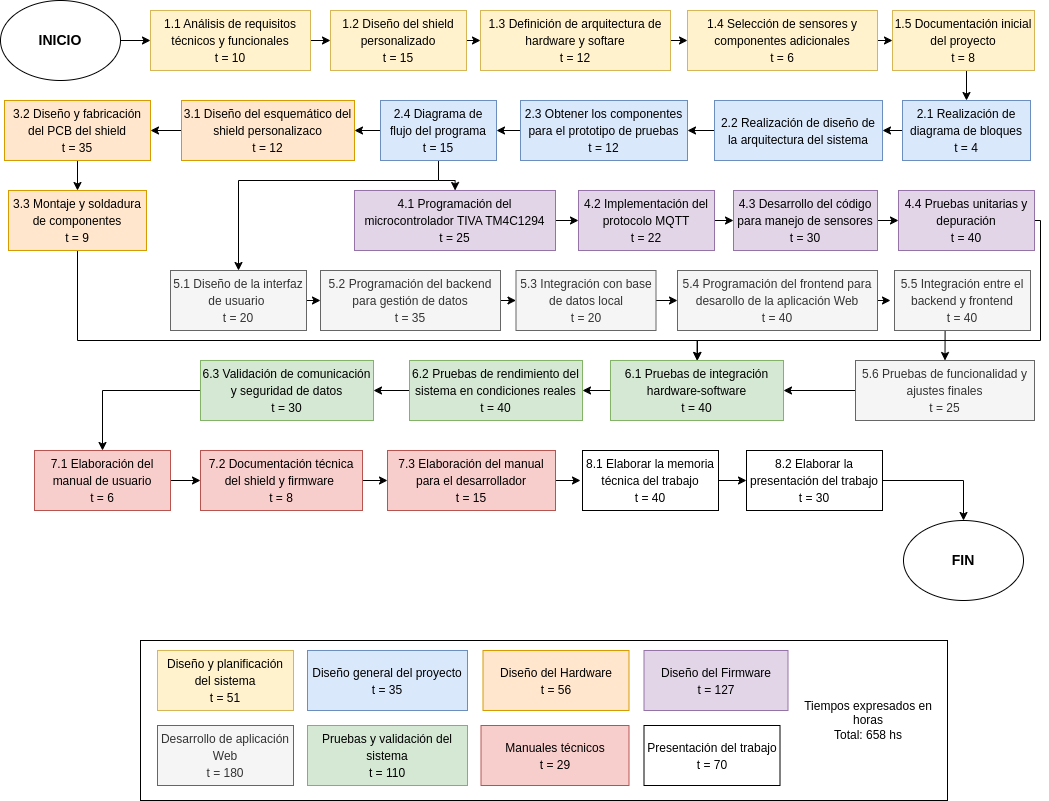
Above: Figuras/AoN.png in CursosWels/Plantilla-planificacion-CeIoT (draw.io), before the change. Source tidied: cells renumbered, new cells last; positions are measured from the earlier drawing's top-left corner, leaving out a move shared by most shapes.
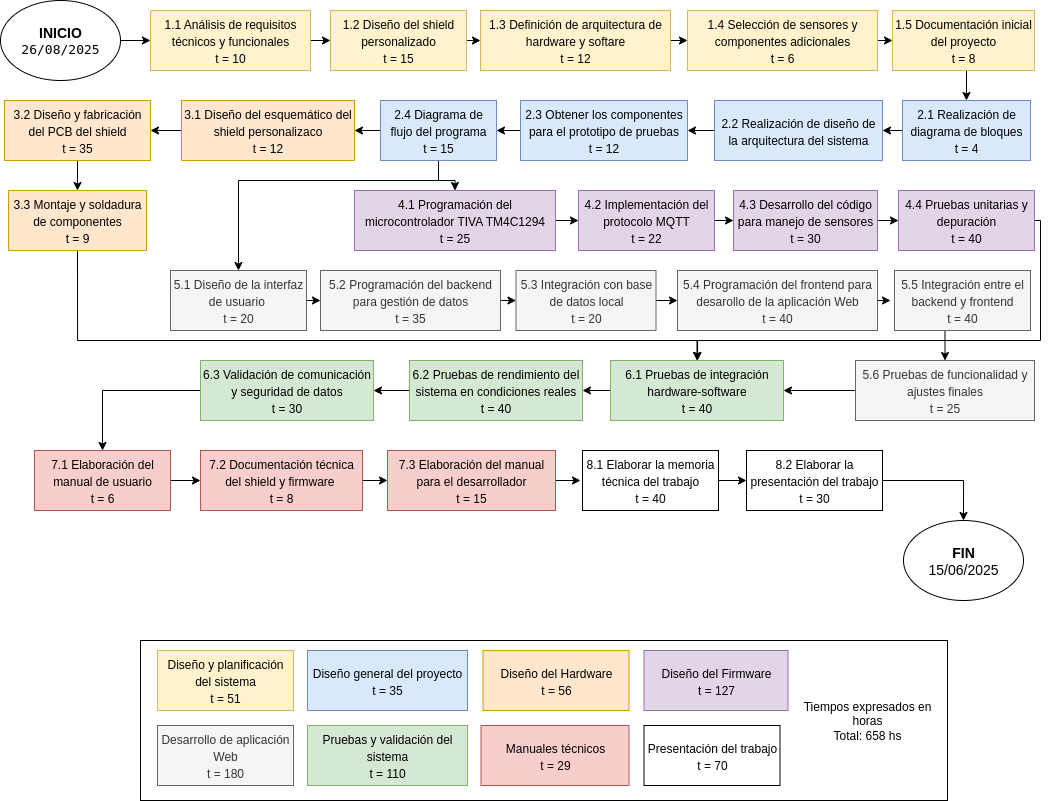
Later version of the same file.

What changed in the source:
```diff
@@ -5,7 +5,7 @@
     <mxCell id="2" style="edgeStyle=orthogonalEdgeStyle;rounded=0;jettySize=auto;html=1;exitX=1;exitY=0.5;exitDx=0;exitDy=0;entryX=0;entryY=0.5;entryDx=0;entryDy=0;fontFamily=Helvetica;fontSize=12;" parent="1" edge="1" source="3" target="5">
       <mxGeometry relative="1" as="geometry" />
     </mxCell>
-    <mxCell id="3" value="&lt;b&gt;&lt;font style=&quot;font-size: 14px;&quot;&gt;INICIO&lt;/font&gt;&lt;/b&gt;" style="ellipse;whiteSpace=wrap;html=1;" parent="1" vertex="1">
+    <mxCell id="3" value="&lt;b&gt;&lt;font style=&quot;font-size: 14px;&quot;&gt;INICIO&lt;br&gt;&lt;/font&gt;&lt;/b&gt;&lt;pre style=&quot;font-size: medium; text-align: start; margin-top: 0px; margin-bottom: 0px;&quot;&gt;26/08/2025&lt;/pre&gt;" style="ellipse;whiteSpace=wrap;html=1;" parent="1" vertex="1">
       <mxGeometry width="120" height="80" as="geometry" />
     </mxCell>
     <mxCell id="4" style="edgeStyle=orthogonalEdgeStyle;rounded=0;jettySize=auto;html=1;exitX=1;exitY=0.5;exitDx=0;exitDy=0;entryX=0;entryY=0.5;entryDx=0;entryDy=0;fontFamily=Helvetica;fontSize=12;" parent="1" edge="1" source="5" target="7">
@@ -150,7 +150,7 @@
     <mxCell id="46" style="rounded=0;whiteSpace=wrap;html=1;fontFamily=Helvetica;fontSize=12;" parent="1" vertex="1">
       <mxGeometry x="140" y="640" width="807" height="160" as="geometry" />
     </mxCell>
-    <mxCell id="47" value="&lt;span style=&quot;font-size: 14px;&quot;&gt;&lt;b&gt;FIN&lt;/b&gt;&lt;/span&gt;" style="ellipse;whiteSpace=wrap;html=1;" parent="1" vertex="1">
+    <mxCell id="47" value="&lt;span style=&quot;font-size: 14px;&quot;&gt;&lt;b&gt;FIN&lt;/b&gt;&lt;/span&gt;&lt;div&gt;&lt;span style=&quot;font-size: 14px;&quot;&gt;15/06/2025&lt;/span&gt;&lt;/div&gt;" style="ellipse;whiteSpace=wrap;html=1;" parent="1" vertex="1">
       <mxGeometry x="903" y="520" width="120" height="80" as="geometry" />
     </mxCell>
     <mxCell id="48" value="&lt;font style=&quot;font-size: 12px;&quot;&gt;Diseño y planificación del sistema&lt;/font&gt;&lt;div&gt;&lt;font style=&quot;font-size: 12px;&quot;&gt;t = 51&lt;br&gt;&lt;/font&gt;&lt;/div&gt;" style="rounded=0;whiteSpace=wrap;html=1;fontSize=14;fillColor=#fff2cc;strokeColor=#d6b656;" parent="1" vertex="1">
```
